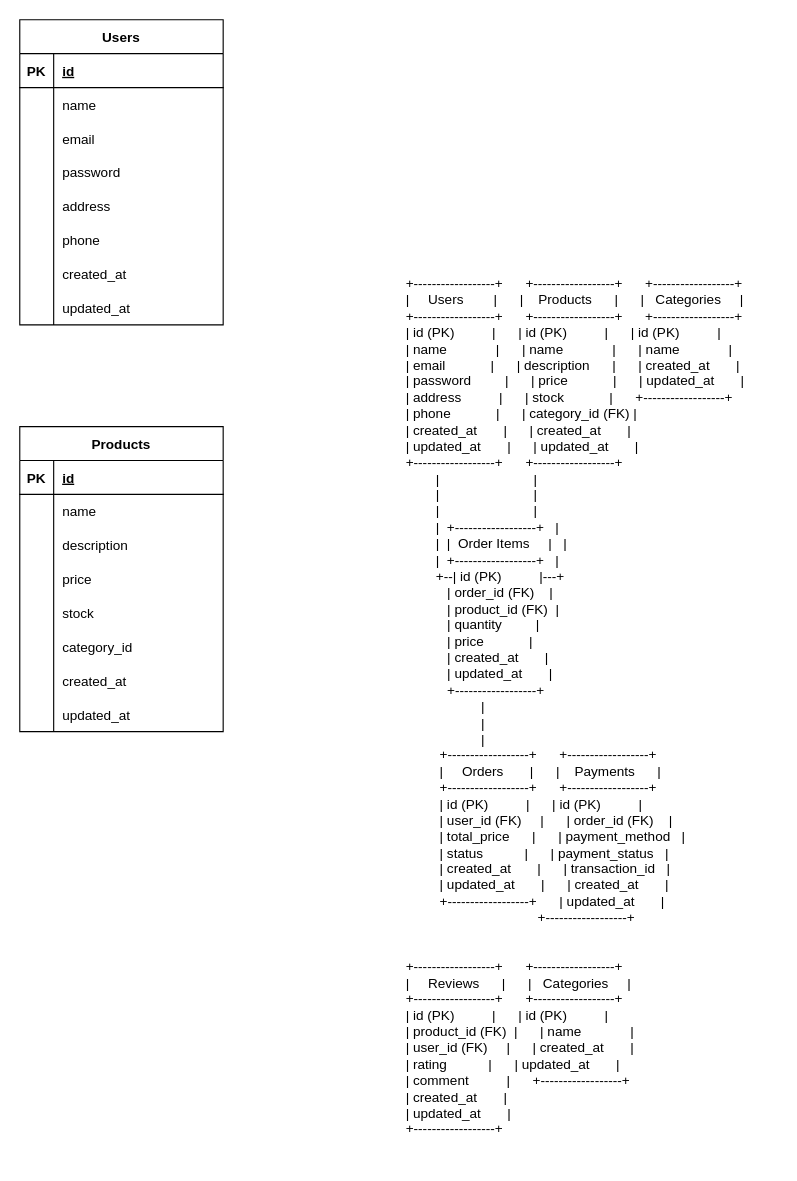
This is architecture/db.drawio from ISAWASHUN/laravel-ec-site, a draw.io file, before an edit. Source tidied: cells renumbered, new cells numbered last; positions are measured from the earlier drawing's top-left corner, leaving out a move shared by most shapes. Both pictures are drawn from the tidied source at 113%, with x=0, y=0 at pixel (19, 19).
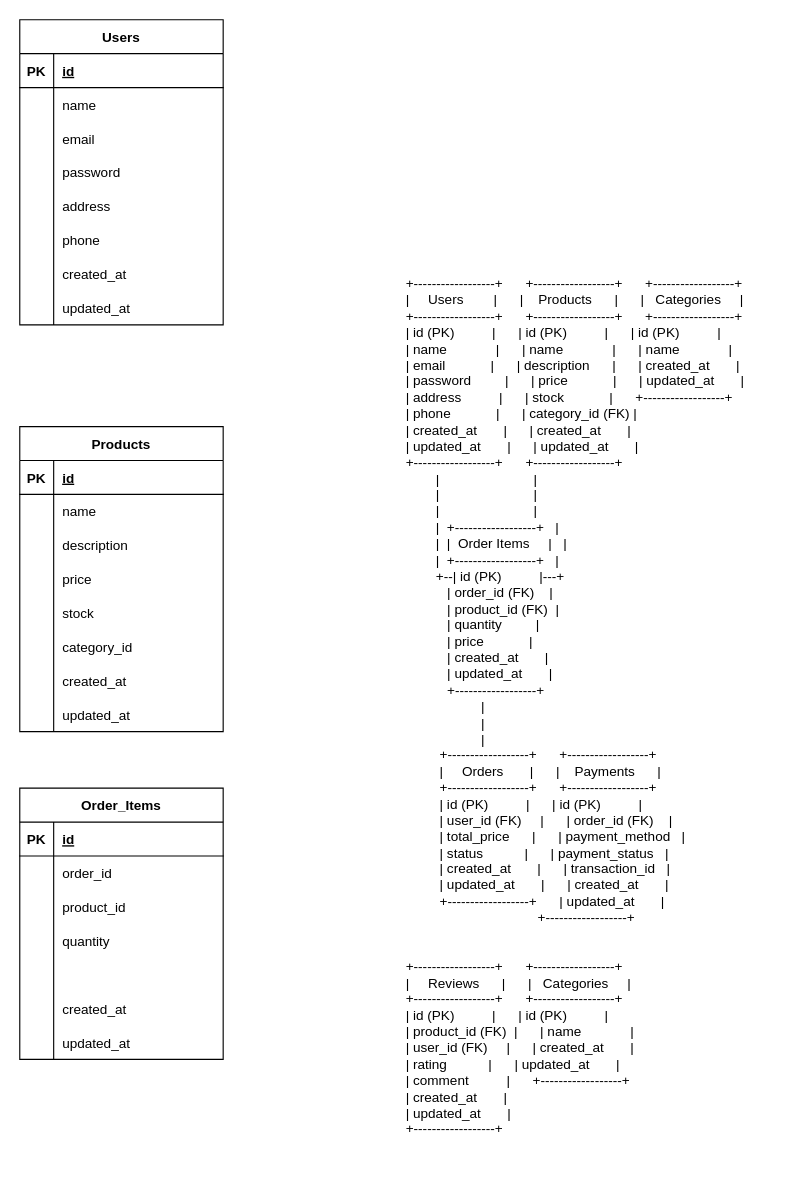
The same diagram, later.

Commit message:
Order_itemsテーブルの作成

The edit, as a diff of the source:
```diff
@@
+    <mxCell id="53" value="Order_Items" style="shape=table;startSize=30;childLayout=tableLayout;rowLines=0;fontStyle=1;align=center;" parent="1" vertex="1">
+      <mxGeometry y="680" width="180" height="240" as="geometry" />
+    </mxCell>
+    <mxCell id="54" style="shape=tableRow;horizontal=0;startSize=0;swimlaneHead=0;swimlaneBody=0;fillColor=none;top=0;left=0;right=0;bottom=1;" parent="53" vertex="1">
+      <mxGeometry y="30" width="180" height="30" as="geometry" />
+    </mxCell>
+    <mxCell id="55" value="PK" style="shape=partialRectangle;fillColor=none;top=0;left=0;bottom=0;right=0;fontStyle=1;overflow=hidden;" parent="54" vertex="1">
+      <mxGeometry width="30" height="30" as="geometry" />
+    </mxCell>
+    <mxCell id="56" value="id" style="shape=partialRectangle;fillColor=none;top=0;left=0;bottom=0;right=0;align=left;spacingLeft=6;fontStyle=5;overflow=hidden;" parent="54" vertex="1">
+      <mxGeometry x="30" width="150" height="30" as="geometry" />
+    </mxCell>
+    <mxCell id="57" style="shape=tableRow;horizontal=0;startSize=0;swimlaneHead=0;swimlaneBody=0;fillColor=none;top=0;left=0;right=0;bottom=0;" parent="53" vertex="1">
+      <mxGeometry y="60" width="180" height="30" as="geometry" />
+    </mxCell>
+    <mxCell id="58" style="shape=partialRectangle;fillColor=none;top=0;left=0;bottom=0;right=0;overflow=hidden;" parent="57" vertex="1">
+      <mxGeometry width="30" height="30" as="geometry" />
+    </mxCell>
+    <mxCell id="59" value="order_id" style="shape=partialRectangle;fillColor=none;top=0;left=0;bottom=0;right=0;align=left;spacingLeft=6;overflow=hidden;" parent="57" vertex="1">
+      <mxGeometry x="30" width="150" height="30" as="geometry" />
+    </mxCell>
+    <mxCell id="60" style="shape=tableRow;horizontal=0;startSize=0;swimlaneHead=0;swimlaneBody=0;fillColor=none;top=0;left=0;right=0;bottom=0;" parent="53" vertex="1">
+      <mxGeometry y="90" width="180" height="30" as="geometry" />
+    </mxCell>
+    <mxCell id="61" style="shape=partialRectangle;fillColor=none;top=0;left=0;bottom=0;right=0;overflow=hidden;" parent="60" vertex="1">
+      <mxGeometry width="30" height="30" as="geometry" />
+    </mxCell>
+    <mxCell id="62" value="product_id" style="shape=partialRectangle;fillColor=none;top=0;left=0;bottom=0;right=0;align=left;spacingLeft=6;overflow=hidden;" parent="60" vertex="1">
+      <mxGeometry x="30" width="150" height="30" as="geometry" />
+    </mxCell>
+    <mxCell id="63" style="shape=tableRow;horizontal=0;startSize=0;swimlaneHead=0;swimlaneBody=0;fillColor=none;top=0;left=0;right=0;bottom=0;" parent="53" vertex="1">
+      <mxGeometry y="120" width="180" height="30" as="geometry" />
+    </mxCell>
+    <mxCell id="64" style="shape=partialRectangle;fillColor=none;top=0;left=0;bottom=0;right=0;overflow=hidden;" parent="63" vertex="1">
+      <mxGeometry width="30" height="30" as="geometry" />
+    </mxCell>
+    <mxCell id="65" value="quantity" style="shape=partialRectangle;fillColor=none;top=0;left=0;bottom=0;right=0;align=left;spacingLeft=6;overflow=hidden;" parent="63" vertex="1">
+      <mxGeometry x="30" width="150" height="30" as="geometry" />
+    </mxCell>
+    <mxCell id="66" style="shape=tableRow;horizontal=0;startSize=0;swimlaneHead=0;swimlaneBody=0;fillColor=none;top=0;left=0;right=0;bottom=0;" parent="53" vertex="1">
+      <mxGeometry y="150" width="180" height="30" as="geometry" />
+    </mxCell>
+    <mxCell id="67" style="shape=partialRectangle;fillColor=none;top=0;left=0;bottom=0;right=0;overflow=hidden;" parent="66" vertex="1">
+      <mxGeometry width="30" height="30" as="geometry" />
+    </mxCell>
+    <mxCell id="68" style="shape=partialRectangle;fillColor=none;top=0;left=0;bottom=0;right=0;align=left;spacingLeft=6;overflow=hidden;" parent="66" vertex="1">
+      <mxGeometry x="30" width="150" height="30" as="geometry" />
+    </mxCell>
+    <mxCell id="69" style="shape=tableRow;horizontal=0;startSize=0;swimlaneHead=0;swimlaneBody=0;fillColor=none;top=0;left=0;right=0;bottom=0;" parent="53" vertex="1">
+      <mxGeometry y="180" width="180" height="30" as="geometry" />
+    </mxCell>
+    <mxCell id="70" style="shape=partialRectangle;fillColor=none;top=0;left=0;bottom=0;right=0;overflow=hidden;" parent="69" vertex="1">
+      <mxGeometry width="30" height="30" as="geometry" />
+    </mxCell>
+    <mxCell id="71" value="created_at" style="shape=partialRectangle;fillColor=none;top=0;left=0;bottom=0;right=0;align=left;spacingLeft=6;overflow=hidden;" parent="69" vertex="1">
+      <mxGeometry x="30" width="150" height="30" as="geometry" />
+    </mxCell>
+    <mxCell id="72" style="shape=tableRow;horizontal=0;startSize=0;swimlaneHead=0;swimlaneBody=0;fillColor=none;top=0;left=0;right=0;bottom=0;" parent="53" vertex="1">
+      <mxGeometry y="210" width="180" height="30" as="geometry" />
+    </mxCell>
+    <mxCell id="73" style="shape=partialRectangle;fillColor=none;top=0;left=0;bottom=0;right=0;overflow=hidden;" parent="72" vertex="1">
+      <mxGeometry width="30" height="30" as="geometry" />
+    </mxCell>
+    <mxCell id="74" value="updated_at" style="shape=partialRectangle;fillColor=none;top=0;left=0;bottom=0;right=0;align=left;spacingLeft=6;overflow=hidden;" parent="72" vertex="1">
+      <mxGeometry x="30" width="150" height="30" as="geometry" />
+    </mxCell>
```
